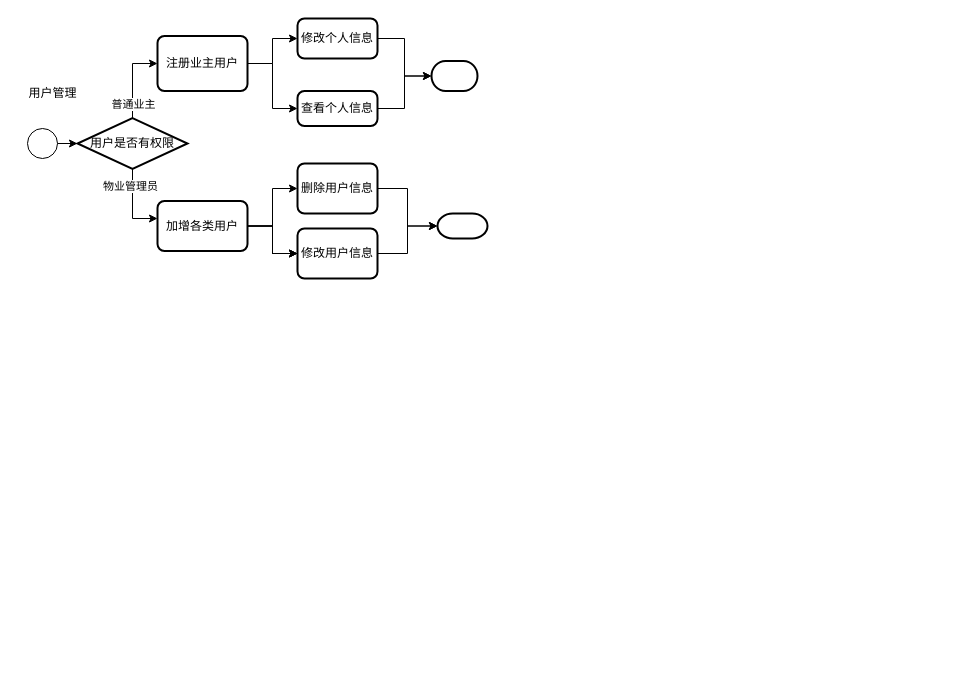
The draw.io diagram page "第 4 页" (4 of 4) of projectfiles/uml/安居小区物业管理系统.drawio in KuChanMaster/PropertiesManager, before the edit. Source tidied: cells renumbered, new cells numbered last; positions are measured from the earlier drawing's top-left corner, leaving out a move shared by most shapes. Both pictures are drawn from the tidied source at 100%, with x=0, y=0 at pixel (17, 18).
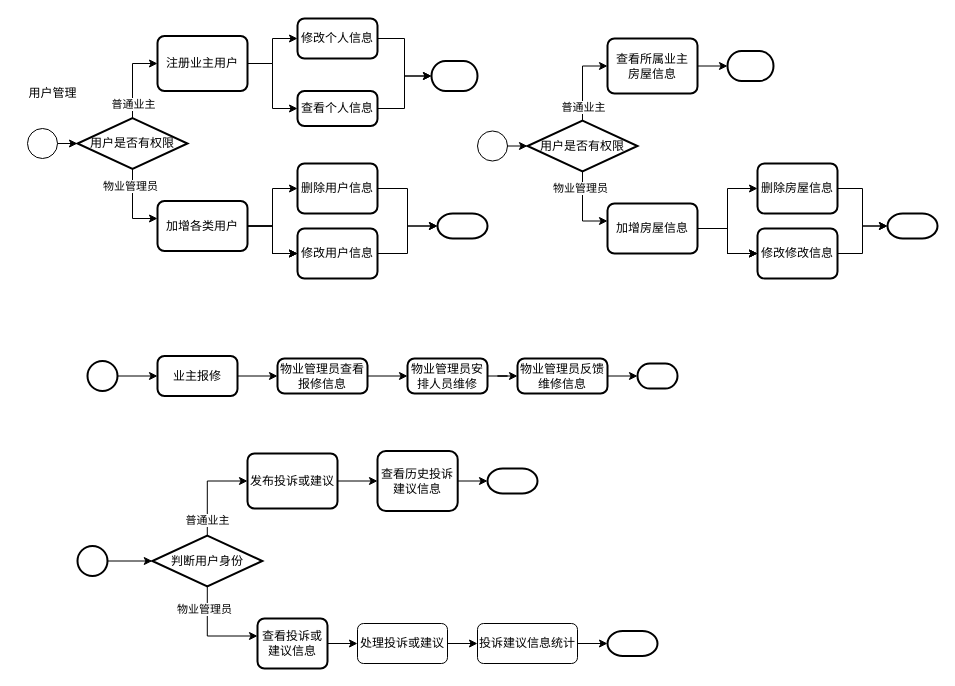
The same page after the edit.

The edit, as a diff of the source:
```diff
@@
+    <mxCell id="28" style="verticalLabelPosition=bottom;verticalAlign=top;html=1;shape=mxgraph.flowchart.on-page_reference;" parent="1" vertex="1">
+      <mxGeometry x="460" y="112.5" width="30" height="30" as="geometry" />
+    </mxCell>
+    <mxCell id="29" style="edgeStyle=orthogonalEdgeStyle;rounded=0;jettySize=auto;html=1;exitX=1;exitY=0.5;exitDx=0;exitDy=0;entryX=0;entryY=0.5;entryDx=0;entryDy=0;entryPerimeter=0;" parent="1" edge="1" source="30" target="42">
+      <mxGeometry relative="1" as="geometry" />
+    </mxCell>
+    <mxCell id="30" value="查看所属业主&lt;div&gt;房屋信息&lt;/div&gt;" style="rounded=1;whiteSpace=wrap;html=1;absoluteArcSize=1;arcSize=14;strokeWidth=2;" parent="1" vertex="1">
+      <mxGeometry x="590" y="20" width="90" height="55" as="geometry" />
+    </mxCell>
+    <mxCell id="31" style="edgeStyle=orthogonalEdgeStyle;rounded=0;jettySize=auto;html=1;exitX=0.5;exitY=0;exitDx=0;exitDy=0;exitPerimeter=0;entryX=0;entryY=0.5;entryDx=0;entryDy=0;" parent="1" edge="1" source="35" target="30">
+      <mxGeometry relative="1" as="geometry" />
+    </mxCell>
+    <mxCell id="32" value="普通业主" style="edgeLabel;html=1;align=center;verticalAlign=middle;" parent="31" vertex="1">
+      <mxGeometry x="-0.66" relative="1" as="geometry" />
+    </mxCell>
+    <mxCell id="33" style="edgeStyle=orthogonalEdgeStyle;rounded=0;jettySize=auto;html=1;exitX=0.5;exitY=1;exitDx=0;exitDy=0;exitPerimeter=0;" parent="1" edge="1" source="35" target="41">
+      <mxGeometry relative="1" as="geometry">
+        <Array as="points">
+          <mxPoint x="655" y="202.5" />
+        </Array>
+      </mxGeometry>
+    </mxCell>
+    <mxCell id="34" value="物业管理员" style="edgeLabel;html=1;align=center;verticalAlign=middle;" parent="33" vertex="1">
+      <mxGeometry x="-0.54" y="-3" relative="1" as="geometry" />
+    </mxCell>
+    <mxCell id="35" value="用户是否有权限" style="strokeWidth=2;html=1;shape=mxgraph.flowchart.decision;whiteSpace=wrap;" parent="1" vertex="1">
+      <mxGeometry x="510" y="102.2" width="110" height="50.6" as="geometry" />
+    </mxCell>
+    <mxCell id="36" style="edgeStyle=orthogonalEdgeStyle;rounded=0;jettySize=auto;html=1;exitX=1;exitY=0.5;exitDx=0;exitDy=0;exitPerimeter=0;entryX=0;entryY=0.5;entryDx=0;entryDy=0;entryPerimeter=0;" parent="1" edge="1" source="28" target="35">
+      <mxGeometry relative="1" as="geometry" />
+    </mxCell>
+    <mxCell id="37" style="edgeStyle=orthogonalEdgeStyle;rounded=0;jettySize=auto;html=1;exitX=1;exitY=0.5;exitDx=0;exitDy=0;entryX=0;entryY=0.5;entryDx=0;entryDy=0;" parent="1" edge="1" source="41" target="43">
+      <mxGeometry relative="1" as="geometry" />
+    </mxCell>
+    <mxCell id="38" style="edgeStyle=orthogonalEdgeStyle;rounded=0;jettySize=auto;html=1;" parent="1" edge="1" source="41" target="43">
+      <mxGeometry relative="1" as="geometry" />
+    </mxCell>
+    <mxCell id="39" style="edgeStyle=orthogonalEdgeStyle;rounded=0;jettySize=auto;html=1;" parent="1" edge="1" source="41" target="43">
+      <mxGeometry relative="1" as="geometry" />
+    </mxCell>
+    <mxCell id="40" style="edgeStyle=orthogonalEdgeStyle;rounded=0;jettySize=auto;html=1;" parent="1" edge="1" source="41" target="44">
+      <mxGeometry relative="1" as="geometry" />
+    </mxCell>
+    <mxCell id="41" value="加增房屋信息" style="rounded=1;whiteSpace=wrap;html=1;absoluteArcSize=1;arcSize=14;strokeWidth=2;" parent="1" vertex="1">
+      <mxGeometry x="590" y="185" width="90" height="50" as="geometry" />
+    </mxCell>
+    <mxCell id="42" style="strokeWidth=2;html=1;shape=mxgraph.flowchart.terminator;whiteSpace=wrap;" parent="1" vertex="1">
+      <mxGeometry x="710" y="32.5" width="46" height="30" as="geometry" />
+    </mxCell>
+    <mxCell id="43" value="修改修改信息" style="rounded=1;whiteSpace=wrap;html=1;absoluteArcSize=1;arcSize=14;strokeWidth=2;" parent="1" vertex="1">
+      <mxGeometry x="740" y="210" width="80" height="50" as="geometry" />
+    </mxCell>
+    <mxCell id="44" value="删除房屋信息" style="whiteSpace=wrap;html=1;rounded=1;arcSize=14;strokeWidth=2;" parent="1" vertex="1">
+      <mxGeometry x="740" y="145" width="80" height="50" as="geometry" />
+    </mxCell>
+    <mxCell id="45" style="strokeWidth=2;html=1;shape=mxgraph.flowchart.terminator;whiteSpace=wrap;" parent="1" vertex="1">
+      <mxGeometry x="870" y="195" width="50" height="25" as="geometry" />
+    </mxCell>
+    <mxCell id="46" style="edgeStyle=orthogonalEdgeStyle;rounded=0;jettySize=auto;html=1;exitX=1;exitY=0.5;exitDx=0;exitDy=0;entryX=0;entryY=0.5;entryDx=0;entryDy=0;entryPerimeter=0;" parent="1" edge="1" source="44" target="45">
+      <mxGeometry relative="1" as="geometry" />
+    </mxCell>
+    <mxCell id="47" style="edgeStyle=orthogonalEdgeStyle;rounded=0;jettySize=auto;html=1;exitX=1;exitY=0.5;exitDx=0;exitDy=0;entryX=0;entryY=0.5;entryDx=0;entryDy=0;entryPerimeter=0;" parent="1" edge="1" source="43" target="45">
+      <mxGeometry relative="1" as="geometry" />
+    </mxCell>
+    <mxCell id="48" style="edgeStyle=orthogonalEdgeStyle;rounded=0;jettySize=auto;html=1;exitX=1;exitY=0.5;exitDx=0;exitDy=0;exitPerimeter=0;entryX=0;entryY=0.5;entryDx=0;entryDy=0;" parent="1" edge="1" source="49" target="51">
+      <mxGeometry relative="1" as="geometry" />
+    </mxCell>
+    <mxCell id="49" style="strokeWidth=2;html=1;shape=mxgraph.flowchart.start_2;whiteSpace=wrap;" parent="1" vertex="1">
+      <mxGeometry x="70" y="342.5" width="30" height="30" as="geometry" />
+    </mxCell>
+    <mxCell id="50" style="edgeStyle=orthogonalEdgeStyle;rounded=0;jettySize=auto;html=1;exitX=1;exitY=0.5;exitDx=0;exitDy=0;entryX=0;entryY=0.5;entryDx=0;entryDy=0;" parent="1" edge="1" source="51" target="53">
+      <mxGeometry relative="1" as="geometry" />
+    </mxCell>
+    <mxCell id="51" value="业主报修" style="rounded=1;whiteSpace=wrap;html=1;absoluteArcSize=1;arcSize=14;strokeWidth=2;" parent="1" vertex="1">
+      <mxGeometry x="140" y="337.5" width="80" height="40" as="geometry" />
+    </mxCell>
+    <mxCell id="52" style="edgeStyle=orthogonalEdgeStyle;rounded=0;jettySize=auto;html=1;exitX=1;exitY=0.5;exitDx=0;exitDy=0;entryX=0;entryY=0.5;entryDx=0;entryDy=0;" parent="1" edge="1" source="53" target="57">
+      <mxGeometry relative="1" as="geometry" />
+    </mxCell>
+    <mxCell id="53" value="物业管理员查看报修信息" style="rounded=1;whiteSpace=wrap;html=1;absoluteArcSize=1;arcSize=14;strokeWidth=2;" parent="1" vertex="1">
+      <mxGeometry x="260" y="340" width="90" height="35" as="geometry" />
+    </mxCell>
+    <mxCell id="54" style="edgeStyle=orthogonalEdgeStyle;rounded=0;jettySize=auto;html=1;exitX=1;exitY=0.5;exitDx=0;exitDy=0;entryX=0;entryY=0.5;entryDx=0;entryDy=0;entryPerimeter=0;" parent="1" edge="1" source="55" target="58">
+      <mxGeometry relative="1" as="geometry" />
+    </mxCell>
+    <mxCell id="55" value="物业管理员反馈维修信息" style="rounded=1;whiteSpace=wrap;html=1;absoluteArcSize=1;arcSize=14;strokeWidth=2;" parent="1" vertex="1">
+      <mxGeometry x="500" y="340" width="90" height="35" as="geometry" />
+    </mxCell>
+    <mxCell id="56" style="edgeStyle=orthogonalEdgeStyle;rounded=0;jettySize=auto;html=1;exitX=1;exitY=0.5;exitDx=0;exitDy=0;" parent="1" edge="1" source="57" target="55">
+      <mxGeometry relative="1" as="geometry" />
+    </mxCell>
+    <mxCell id="57" value="物业管理员安排人员维修" style="rounded=1;whiteSpace=wrap;html=1;absoluteArcSize=1;arcSize=14;strokeWidth=2;" parent="1" vertex="1">
+      <mxGeometry x="390" y="340" width="80" height="35" as="geometry" />
+    </mxCell>
+    <mxCell id="58" style="strokeWidth=2;html=1;shape=mxgraph.flowchart.terminator;whiteSpace=wrap;" parent="1" vertex="1">
+      <mxGeometry x="620" y="345" width="40" height="25" as="geometry" />
+    </mxCell>
+    <mxCell id="59" style="edgeStyle=orthogonalEdgeStyle;rounded=0;jettySize=auto;html=1;exitX=1;exitY=0.5;exitDx=0;exitDy=0;entryX=0;entryY=0.5;entryDx=0;entryDy=0;" parent="1" edge="1" source="60" target="70">
+      <mxGeometry relative="1" as="geometry" />
+    </mxCell>
+    <mxCell id="60" value="发布投诉或建议" style="rounded=1;whiteSpace=wrap;html=1;absoluteArcSize=1;arcSize=14;strokeWidth=2;" parent="1" vertex="1">
+      <mxGeometry x="230" y="435" width="90" height="55" as="geometry" />
+    </mxCell>
+    <mxCell id="61" style="edgeStyle=orthogonalEdgeStyle;rounded=0;jettySize=auto;html=1;exitX=0.5;exitY=0;exitDx=0;exitDy=0;exitPerimeter=0;entryX=0;entryY=0.5;entryDx=0;entryDy=0;" parent="1" edge="1" source="65" target="60">
+      <mxGeometry relative="1" as="geometry" />
+    </mxCell>
+    <mxCell id="62" value="普通业主" style="edgeLabel;html=1;align=center;verticalAlign=middle;" parent="61" vertex="1">
+      <mxGeometry x="-0.66" relative="1" as="geometry" />
+    </mxCell>
+    <mxCell id="63" style="edgeStyle=orthogonalEdgeStyle;rounded=0;jettySize=auto;html=1;exitX=0.5;exitY=1;exitDx=0;exitDy=0;exitPerimeter=0;" parent="1" edge="1" source="65" target="67">
+      <mxGeometry relative="1" as="geometry">
+        <Array as="points">
+          <mxPoint x="279.8" y="617.5" />
+        </Array>
+      </mxGeometry>
+    </mxCell>
+    <mxCell id="64" value="物业管理员" style="edgeLabel;html=1;align=center;verticalAlign=middle;" parent="63" vertex="1">
+      <mxGeometry x="-0.54" y="-3" relative="1" as="geometry" />
+    </mxCell>
+    <mxCell id="65" value="判断用户身份" style="strokeWidth=2;html=1;shape=mxgraph.flowchart.decision;whiteSpace=wrap;" parent="1" vertex="1">
+      <mxGeometry x="134.8" y="517.2" width="110" height="50.6" as="geometry" />
+    </mxCell>
+    <mxCell id="66" style="edgeStyle=orthogonalEdgeStyle;rounded=0;jettySize=auto;html=1;exitX=1;exitY=0.5;exitDx=0;exitDy=0;entryX=0;entryY=0.5;entryDx=0;entryDy=0;" parent="1" edge="1" source="67" target="74">
+      <mxGeometry relative="1" as="geometry" />
+    </mxCell>
+    <mxCell id="67" value="查看投诉或建议信息" style="rounded=1;whiteSpace=wrap;html=1;absoluteArcSize=1;arcSize=14;strokeWidth=2;" parent="1" vertex="1">
+      <mxGeometry x="240" y="600" width="70" height="50" as="geometry" />
+    </mxCell>
+    <mxCell id="68" style="strokeWidth=2;html=1;shape=mxgraph.flowchart.start_2;whiteSpace=wrap;" parent="1" vertex="1">
+      <mxGeometry x="60" y="527.5" width="30" height="30" as="geometry" />
+    </mxCell>
+    <mxCell id="69" style="edgeStyle=orthogonalEdgeStyle;rounded=0;jettySize=auto;html=1;exitX=1;exitY=0.5;exitDx=0;exitDy=0;exitPerimeter=0;entryX=0;entryY=0.5;entryDx=0;entryDy=0;entryPerimeter=0;" parent="1" edge="1" source="68" target="65">
+      <mxGeometry relative="1" as="geometry" />
+    </mxCell>
+    <mxCell id="70" value="查看历史投诉建议信息" style="whiteSpace=wrap;html=1;rounded=1;arcSize=14;strokeWidth=2;" parent="1" vertex="1">
+      <mxGeometry x="360" y="432.5" width="80.2" height="60" as="geometry" />
+    </mxCell>
+    <mxCell id="71" style="strokeWidth=2;html=1;shape=mxgraph.flowchart.terminator;whiteSpace=wrap;" parent="1" vertex="1">
+      <mxGeometry x="470" y="450" width="50" height="25" as="geometry" />
+    </mxCell>
+    <mxCell id="72" style="edgeStyle=orthogonalEdgeStyle;rounded=0;jettySize=auto;html=1;exitX=1;exitY=0.5;exitDx=0;exitDy=0;entryX=0;entryY=0.5;entryDx=0;entryDy=0;entryPerimeter=0;" parent="1" edge="1" source="70" target="71">
+      <mxGeometry relative="1" as="geometry" />
+    </mxCell>
+    <mxCell id="73" style="edgeStyle=orthogonalEdgeStyle;rounded=0;jettySize=auto;html=1;exitX=1;exitY=0.5;exitDx=0;exitDy=0;" parent="1" edge="1" source="74" target="75">
+      <mxGeometry relative="1" as="geometry" />
+    </mxCell>
+    <mxCell id="74" value="处理投诉或建议" style="rounded=1;whiteSpace=wrap;html=1;" parent="1" vertex="1">
+      <mxGeometry x="340" y="605" width="90" height="40" as="geometry" />
+    </mxCell>
+    <mxCell id="75" value="投诉建议信息统计" style="rounded=1;whiteSpace=wrap;html=1;" parent="1" vertex="1">
+      <mxGeometry x="460" y="605" width="100" height="40" as="geometry" />
+    </mxCell>
+    <mxCell id="76" style="strokeWidth=2;html=1;shape=mxgraph.flowchart.terminator;whiteSpace=wrap;" parent="1" vertex="1">
+      <mxGeometry x="590" y="612.5" width="50" height="25" as="geometry" />
+    </mxCell>
+    <mxCell id="77" style="edgeStyle=orthogonalEdgeStyle;rounded=0;jettySize=auto;html=1;exitX=1;exitY=0.5;exitDx=0;exitDy=0;entryX=0;entryY=0.5;entryDx=0;entryDy=0;entryPerimeter=0;" parent="1" edge="1" source="75" target="76">
+      <mxGeometry relative="1" as="geometry" />
+    </mxCell>
```
